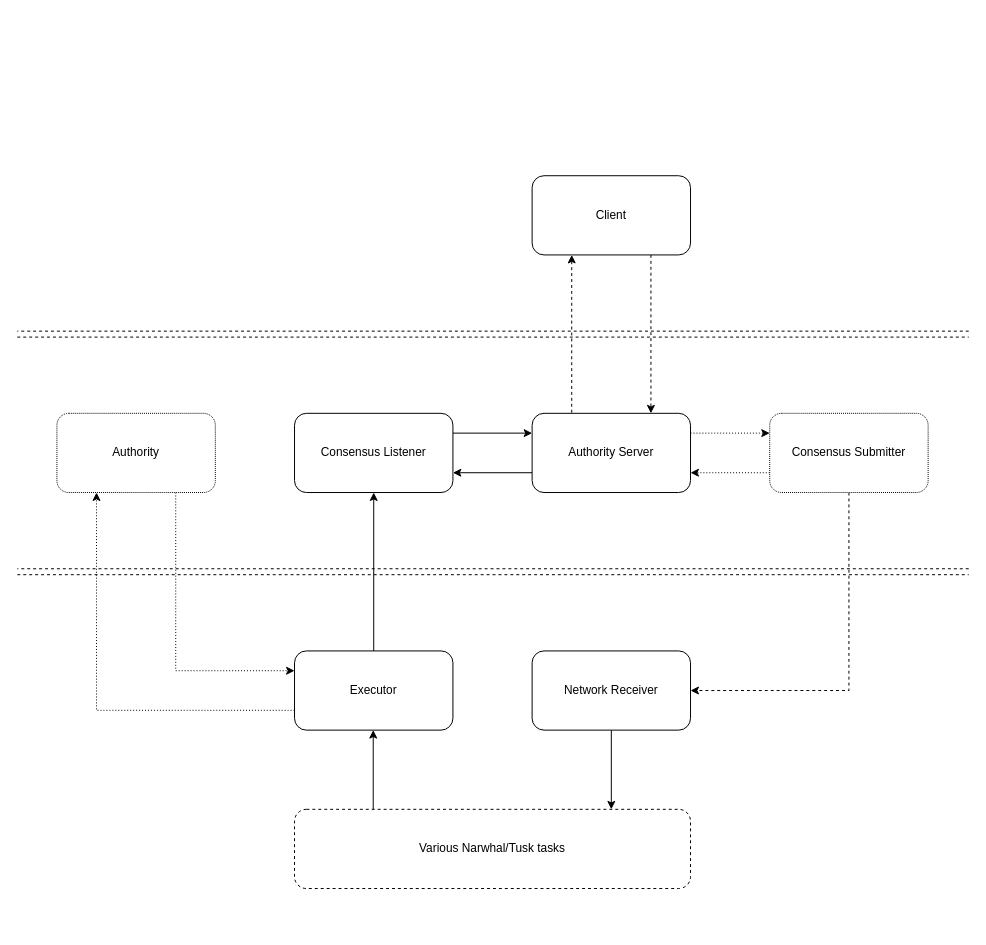
Before: sui-narwhal.drawio in asonnino/various-diagrams, a draw.io diagram. Source tidied: cells renumbered, new cells numbered last; positions are measured from the earlier drawing's top-left corner, leaving out a move shared by most shapes. Both pictures are drawn from the tidied source at 99%, with x=0, y=0 at pixel (17, 175).
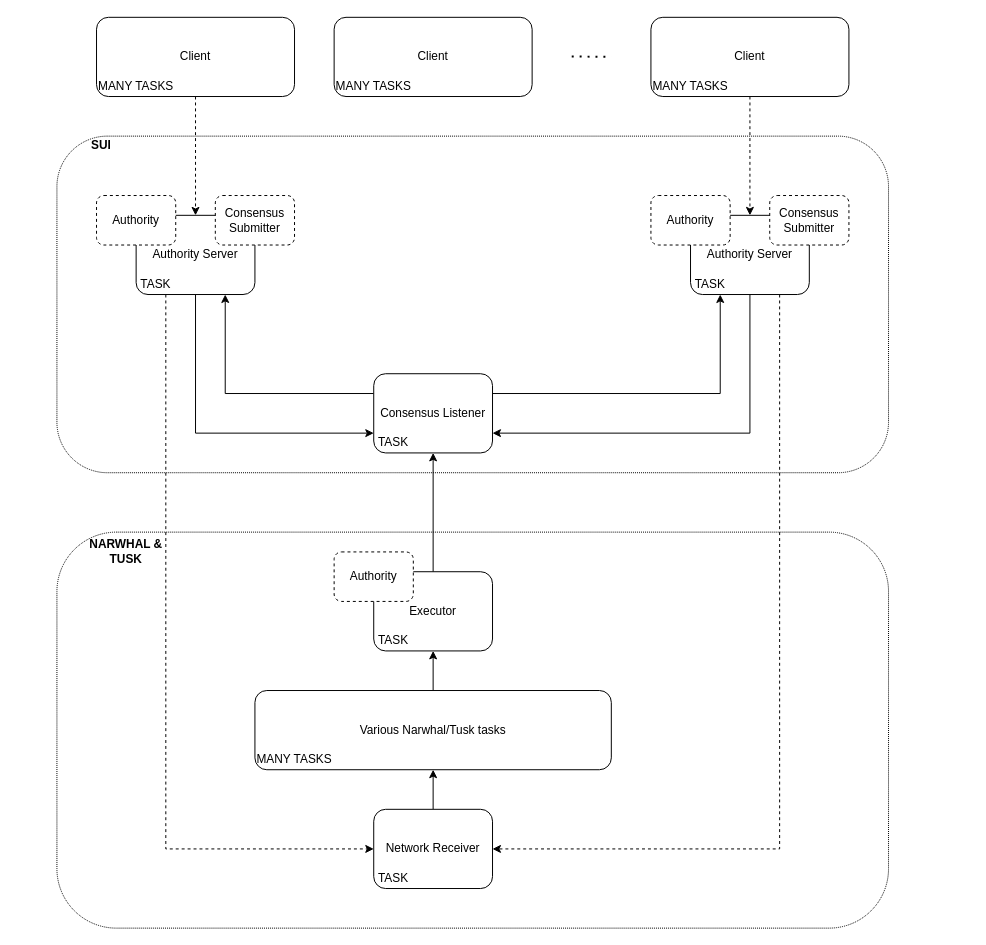
The same page after the edit.

Change to the diagram source:
```diff
@@
+    <mxCell id="24" style="rounded=1;whiteSpace=wrap;html=1;gradientColor=#ffffff;fillColor=none;dashed=1;dashPattern=1 1;" parent="1" vertex="1">
+      <mxGeometry x="40" y="-40" width="840" height="340" as="geometry" />
+    </mxCell>
+    <mxCell id="25" style="rounded=1;whiteSpace=wrap;html=1;gradientColor=#ffffff;fillColor=none;dashed=1;dashPattern=1 1;" parent="1" vertex="1">
+      <mxGeometry x="40" y="360" width="840" height="400" as="geometry" />
+    </mxCell>
+    <mxCell id="26" style="edgeStyle=orthogonalEdgeStyle;rounded=0;jettySize=auto;html=1;dashed=1;startArrow=none;startFill=0;endArrow=classic;endFill=1;" parent="1" edge="1" source="27" target="30">
+      <mxGeometry relative="1" as="geometry" />
+    </mxCell>
+    <mxCell id="27" value="Client" style="rounded=1;whiteSpace=wrap;html=1;" parent="1" vertex="1">
+      <mxGeometry x="80" y="-160" width="200" height="80" as="geometry" />
+    </mxCell>
+    <mxCell id="28" style="edgeStyle=orthogonalEdgeStyle;rounded=0;jettySize=auto;html=1;entryX=0;entryY=0.75;entryDx=0;entryDy=0;startArrow=none;startFill=0;endArrow=classic;endFill=1;exitX=0.5;exitY=1;exitDx=0;exitDy=0;" parent="1" edge="1" source="30" target="2">
+      <mxGeometry relative="1" as="geometry">
+        <Array as="points">
+          <mxPoint x="180" y="260" />
+        </Array>
+      </mxGeometry>
+    </mxCell>
+    <mxCell id="29" style="edgeStyle=orthogonalEdgeStyle;rounded=0;jettySize=auto;html=1;exitX=0.25;exitY=1;exitDx=0;exitDy=0;startArrow=none;startFill=0;endArrow=classic;endFill=1;entryX=0;entryY=0.5;entryDx=0;entryDy=0;dashed=1;" parent="1" edge="1" source="30" target="9">
+      <mxGeometry relative="1" as="geometry" />
+    </mxCell>
+    <mxCell id="30" value="Authority Server" style="rounded=1;whiteSpace=wrap;html=1;gradientColor=#ffffff;" parent="1" vertex="1">
+      <mxGeometry x="120" y="40" width="120" height="80" as="geometry" />
+    </mxCell>
+    <mxCell id="31" value="Authority" style="rounded=1;whiteSpace=wrap;html=1;dashed=1;" parent="1" vertex="1">
+      <mxGeometry x="80" y="20" width="80" height="50" as="geometry" />
+    </mxCell>
+    <mxCell id="32" value="Consensus Submitter" style="rounded=1;whiteSpace=wrap;html=1;dashed=1;" parent="1" vertex="1">
+      <mxGeometry x="200" y="20" width="80" height="50" as="geometry" />
+    </mxCell>
+    <mxCell id="33" value="Client" style="rounded=1;whiteSpace=wrap;html=1;" parent="1" vertex="1">
+      <mxGeometry x="320" y="-160" width="200" height="80" as="geometry" />
+    </mxCell>
+    <mxCell id="34" style="edgeStyle=orthogonalEdgeStyle;rounded=0;jettySize=auto;html=1;entryX=0.5;entryY=0;entryDx=0;entryDy=0;dashed=1;startArrow=none;startFill=0;endArrow=classic;endFill=1;" parent="1" edge="1" source="35" target="38">
+      <mxGeometry relative="1" as="geometry" />
+    </mxCell>
+    <mxCell id="35" value="Client" style="rounded=1;whiteSpace=wrap;html=1;" parent="1" vertex="1">
+      <mxGeometry x="640" y="-160" width="200" height="80" as="geometry" />
+    </mxCell>
+    <mxCell id="36" style="edgeStyle=orthogonalEdgeStyle;rounded=0;jettySize=auto;html=1;entryX=1;entryY=0.75;entryDx=0;entryDy=0;startArrow=none;startFill=0;endArrow=classic;endFill=1;exitX=0.5;exitY=1;exitDx=0;exitDy=0;" parent="1" edge="1" source="38" target="2">
+      <mxGeometry relative="1" as="geometry">
+        <Array as="points">
+          <mxPoint x="740" y="260" />
+        </Array>
+      </mxGeometry>
+    </mxCell>
+    <mxCell id="37" style="edgeStyle=orthogonalEdgeStyle;rounded=0;jettySize=auto;html=1;entryX=1;entryY=0.5;entryDx=0;entryDy=0;startArrow=none;startFill=0;endArrow=classic;endFill=1;exitX=0.75;exitY=1;exitDx=0;exitDy=0;dashed=1;" parent="1" edge="1" source="38" target="9">
+      <mxGeometry relative="1" as="geometry">
+        <Array as="points">
+          <mxPoint x="770" y="680" />
+        </Array>
+      </mxGeometry>
+    </mxCell>
+    <mxCell id="38" value="Authority Server" style="rounded=1;whiteSpace=wrap;html=1;gradientColor=#ffffff;" parent="1" vertex="1">
+      <mxGeometry x="680" y="40" width="120" height="80" as="geometry" />
+    </mxCell>
+    <mxCell id="39" value="Authority" style="rounded=1;whiteSpace=wrap;html=1;dashed=1;" parent="1" vertex="1">
+      <mxGeometry x="640" y="20" width="80" height="50" as="geometry" />
+    </mxCell>
+    <mxCell id="40" value="Consensus Submitter" style="rounded=1;whiteSpace=wrap;html=1;dashed=1;" parent="1" vertex="1">
+      <mxGeometry x="760" y="20" width="80" height="50" as="geometry" />
+    </mxCell>
+    <mxCell id="41" style="endArrow=none;dashed=1;html=1;dashPattern=1 3;strokeWidth=2;rounded=0;" parent="1" edge="1">
+      <mxGeometry relative="1" as="geometry">
+        <mxPoint x="560" y="-120.5" as="sourcePoint" />
+        <mxPoint x="600" y="-120" as="targetPoint" />
+      </mxGeometry>
+    </mxCell>
+    <mxCell id="42" style="edgeStyle=orthogonalEdgeStyle;rounded=0;jettySize=auto;html=1;exitX=0;exitY=0.25;exitDx=0;exitDy=0;entryX=0.75;entryY=1;entryDx=0;entryDy=0;startArrow=none;startFill=0;endArrow=classic;endFill=1;" parent="1" edge="1" source="2" target="30">
+      <mxGeometry relative="1" as="geometry" />
+    </mxCell>
+    <mxCell id="43" style="edgeStyle=orthogonalEdgeStyle;rounded=0;jettySize=auto;html=1;exitX=1;exitY=0.25;exitDx=0;exitDy=0;entryX=0.25;entryY=1;entryDx=0;entryDy=0;startArrow=none;startFill=0;endArrow=classic;endFill=1;" parent="1" edge="1" source="2" target="38">
+      <mxGeometry relative="1" as="geometry" />
+    </mxCell>
-    <mxCell id="2" value="Consensus Listener" style="rounded=1;whiteSpace=wrap;html=1;" parent="1" vertex="1">
-      <mxGeometry x="280" y="240" width="160" height="80" as="geometry" />
+    <mxCell id="2" value="Consensus Listener" style="rounded=1;whiteSpace=wrap;html=1;gradientColor=#ffffff;" parent="1" vertex="1">
+      <mxGeometry x="360" y="200" width="120" height="80" as="geometry" />
     </mxCell>
-    <mxCell id="3" style="edgeStyle=orthogonalEdgeStyle;rounded=0;jettySize=auto;html=1;entryX=1;entryY=0.5;entryDx=0;entryDy=0;dashed=1;exitX=0.5;exitY=1;exitDx=0;exitDy=0;" parent="1" edge="1" source="21" target="9">
-      <mxGeometry relative="1" as="geometry" />
-    </mxCell>
-    <mxCell id="4" style="edgeStyle=orthogonalEdgeStyle;rounded=0;jettySize=auto;html=1;exitX=0;exitY=0.25;exitDx=0;exitDy=0;entryX=1;entryY=0.25;entryDx=0;entryDy=0;startArrow=classic;startFill=1;endArrow=none;endFill=0;" parent="1" edge="1" source="7" target="2">
-      <mxGeometry relative="1" as="geometry" />
-    </mxCell>
-    <mxCell id="5" style="edgeStyle=orthogonalEdgeStyle;rounded=0;jettySize=auto;html=1;exitX=0;exitY=0.75;exitDx=0;exitDy=0;entryX=1;entryY=0.75;entryDx=0;entryDy=0;startArrow=none;startFill=0;endArrow=classic;endFill=1;" parent="1" edge="1" source="7" target="2">
-      <mxGeometry relative="1" as="geometry" />
-    </mxCell>
-    <mxCell id="6" style="edgeStyle=orthogonalEdgeStyle;rounded=0;jettySize=auto;html=1;exitX=1;exitY=0.25;exitDx=0;exitDy=0;entryX=0;entryY=0.25;entryDx=0;entryDy=0;dashed=1;dashPattern=1 2;startArrow=none;startFill=0;endArrow=classic;endFill=1;" parent="1" edge="1" source="7" target="21">
-      <mxGeometry relative="1" as="geometry" />
-    </mxCell>
-    <mxCell id="7" value="Authority Server" style="rounded=1;whiteSpace=wrap;html=1;" parent="1" vertex="1">
-      <mxGeometry x="520" y="240" width="160" height="80" as="geometry" />
-    </mxCell>
-    <mxCell id="8" style="edgeStyle=orthogonalEdgeStyle;rounded=0;jettySize=auto;html=1;entryX=0.8;entryY=0;entryDx=0;entryDy=0;entryPerimeter=0;startArrow=none;startFill=0;endArrow=classic;endFill=1;" parent="1" edge="1" source="9" target="16">
+    <mxCell id="8" style="edgeStyle=orthogonalEdgeStyle;rounded=0;jettySize=auto;html=1;entryX=0.5;entryY=1;entryDx=0;entryDy=0;startArrow=none;startFill=0;endArrow=classic;endFill=1;" parent="1" edge="1" source="9" target="16">
       <mxGeometry relative="1" as="geometry" />
     </mxCell>
     <mxCell id="9" value="Network Receiver" style="rounded=1;whiteSpace=wrap;html=1;" parent="1" vertex="1">
-      <mxGeometry x="520" y="480" width="160" height="80" as="geometry" />
+      <mxGeometry x="360" y="640" width="120" height="80" as="geometry" />
     </mxCell>
-    <mxCell id="10" style="edgeStyle=orthogonalEdgeStyle;rounded=0;jettySize=auto;html=1;exitX=0.75;exitY=1;exitDx=0;exitDy=0;entryX=0.75;entryY=0;entryDx=0;entryDy=0;startArrow=none;startFill=0;endArrow=classic;endFill=1;dashed=1;" parent="1" edge="1" source="12" target="7">
-      <mxGeometry relative="1" as="geometry" />
-    </mxCell>
-    <mxCell id="11" style="edgeStyle=orthogonalEdgeStyle;rounded=0;jettySize=auto;html=1;exitX=0.25;exitY=1;exitDx=0;exitDy=0;entryX=0.25;entryY=0;entryDx=0;entryDy=0;startArrow=classic;startFill=1;endArrow=none;endFill=0;dashed=1;" parent="1" edge="1" source="12" target="7">
-      <mxGeometry relative="1" as="geometry" />
-    </mxCell>
-    <mxCell id="12" value="Client" style="rounded=1;whiteSpace=wrap;html=1;" parent="1" vertex="1">
-      <mxGeometry x="520" width="160" height="80" as="geometry" />
-    </mxCell>
@@
-    <mxCell id="14" style="edgeStyle=orthogonalEdgeStyle;rounded=0;jettySize=auto;html=1;exitX=0;exitY=0.75;exitDx=0;exitDy=0;entryX=0.25;entryY=1;entryDx=0;entryDy=0;dashed=1;startArrow=none;startFill=0;endArrow=classic;endFill=1;dashPattern=1 2;" parent="1" edge="1" source="15" target="19">
-      <mxGeometry relative="1" as="geometry" />
-    </mxCell>
     <mxCell id="15" value="Executor" style="rounded=1;whiteSpace=wrap;html=1;" parent="1" vertex="1">
-      <mxGeometry x="280" y="480" width="160" height="80" as="geometry" />
+      <mxGeometry x="360" y="400" width="120" height="80" as="geometry" />
     </mxCell>
+    <mxCell id="44" style="edgeStyle=orthogonalEdgeStyle;rounded=0;jettySize=auto;html=1;entryX=0.5;entryY=1;entryDx=0;entryDy=0;startArrow=none;startFill=0;endArrow=classic;endFill=1;" parent="1" edge="1" source="16" target="15">
+      <mxGeometry relative="1" as="geometry" />
+    </mxCell>
-    <mxCell id="16" value="Various Narwhal/Tusk tasks" style="rounded=1;whiteSpace=wrap;html=1;dashed=1;" parent="1" vertex="1">
-      <mxGeometry x="280" y="640" width="400" height="80" as="geometry" />
+    <mxCell id="16" value="Various Narwhal/Tusk tasks" style="rounded=1;whiteSpace=wrap;html=1;" parent="1" vertex="1">
+      <mxGeometry x="240" y="520" width="360" height="80" as="geometry" />
     </mxCell>
-    <mxCell id="17" style="edgeStyle=orthogonalEdgeStyle;rounded=0;orthogonalLoop=1;jettySize=auto;html=1;entryX=0.8;entryY=0;entryDx=0;entryDy=0;entryPerimeter=0;startArrow=classic;startFill=1;endArrow=none;endFill=0;" parent="1" edge="1">
-      <mxGeometry relative="1" as="geometry">
-        <mxPoint x="359.5" y="560" as="sourcePoint" />
-        <mxPoint x="359.5" y="640" as="targetPoint" />
-      </mxGeometry>
-    </mxCell>
-    <mxCell id="18" style="edgeStyle=orthogonalEdgeStyle;rounded=0;jettySize=auto;html=1;exitX=0.75;exitY=1;exitDx=0;exitDy=0;entryX=0;entryY=0.25;entryDx=0;entryDy=0;dashed=1;dashPattern=1 2;startArrow=none;startFill=0;endArrow=classic;endFill=1;" parent="1" edge="1" source="19" target="15">
-      <mxGeometry relative="1" as="geometry" />
-    </mxCell>
-    <mxCell id="19" value="Authority" style="rounded=1;whiteSpace=wrap;html=1;dashed=1;dashPattern=1 1;" parent="1" vertex="1">
-      <mxGeometry x="40" y="240" width="160" height="80" as="geometry" />
-    </mxCell>
-    <mxCell id="20" style="edgeStyle=orthogonalEdgeStyle;rounded=0;jettySize=auto;html=1;exitX=0;exitY=0.75;exitDx=0;exitDy=0;entryX=1;entryY=0.75;entryDx=0;entryDy=0;dashed=1;dashPattern=1 2;startArrow=none;startFill=0;endArrow=classic;endFill=1;" parent="1" edge="1" source="21" target="7">
-      <mxGeometry relative="1" as="geometry" />
-    </mxCell>
-    <mxCell id="21" value="Consensus Submitter" style="rounded=1;whiteSpace=wrap;html=1;dashed=1;dashPattern=1 1;" parent="1" vertex="1">
-      <mxGeometry x="760" y="240" width="160" height="80" as="geometry" />
-    </mxCell>
-    <mxCell id="22" style="shape=link;html=1;rounded=0;startArrow=none;startFill=0;endArrow=classic;endFill=1;width=-6;dashed=1;" parent="1" edge="1">
-      <mxGeometry relative="1" as="geometry">
-        <mxPoint y="400" as="sourcePoint" />
-        <mxPoint x="961" y="400" as="targetPoint" />
-      </mxGeometry>
-    </mxCell>
-    <mxCell id="23" style="shape=link;html=1;rounded=0;startArrow=none;startFill=0;endArrow=classic;endFill=1;width=-6;dashed=1;" parent="1" edge="1">
-      <mxGeometry relative="1" as="geometry">
-        <mxPoint y="160" as="sourcePoint" />
-        <mxPoint x="961" y="160" as="targetPoint" />
-      </mxGeometry>
-    </mxCell>
+    <mxCell id="45" value="TASK" style="text;html=1;strokeColor=none;fillColor=none;align=center;verticalAlign=middle;whiteSpace=wrap;rounded=0;dashed=1;dashPattern=1 1;" parent="1" vertex="1">
+      <mxGeometry x="360" y="700" width="40" height="20" as="geometry" />
+    </mxCell>
+    <mxCell id="46" value="TASK" style="text;html=1;strokeColor=none;fillColor=none;align=center;verticalAlign=middle;whiteSpace=wrap;rounded=0;dashed=1;dashPattern=1 1;" parent="1" vertex="1">
+      <mxGeometry x="360" y="460" width="40" height="20" as="geometry" />
+    </mxCell>
+    <mxCell id="47" value="TASK" style="text;html=1;strokeColor=none;fillColor=none;align=center;verticalAlign=middle;whiteSpace=wrap;rounded=0;dashed=1;dashPattern=1 1;" parent="1" vertex="1">
+      <mxGeometry x="120" y="100" width="40" height="20" as="geometry" />
+    </mxCell>
+    <mxCell id="48" value="TASK" style="text;html=1;strokeColor=none;fillColor=none;align=center;verticalAlign=middle;whiteSpace=wrap;rounded=0;dashed=1;dashPattern=1 1;" parent="1" vertex="1">
+      <mxGeometry x="360" y="260" width="40" height="20" as="geometry" />
+    </mxCell>
+    <mxCell id="49" value="TASK" style="text;html=1;strokeColor=none;fillColor=none;align=center;verticalAlign=middle;whiteSpace=wrap;rounded=0;dashed=1;dashPattern=1 1;" parent="1" vertex="1">
+      <mxGeometry x="680" y="100" width="40" height="20" as="geometry" />
+    </mxCell>
+    <mxCell id="50" value="Authority" style="rounded=1;whiteSpace=wrap;html=1;dashed=1;" parent="1" vertex="1">
+      <mxGeometry x="320" y="380" width="80" height="50" as="geometry" />
+    </mxCell>
+    <mxCell id="51" value="MANY TASKS" style="text;html=1;strokeColor=none;fillColor=none;align=center;verticalAlign=middle;whiteSpace=wrap;rounded=0;dashed=1;dashPattern=1 1;" parent="1" vertex="1">
+      <mxGeometry x="240" y="580" width="80" height="20" as="geometry" />
+    </mxCell>
+    <mxCell id="52" value="MANY TASKS" style="text;html=1;strokeColor=none;fillColor=none;align=center;verticalAlign=middle;whiteSpace=wrap;rounded=0;dashed=1;dashPattern=1 1;" parent="1" vertex="1">
+      <mxGeometry x="320" y="-100" width="80" height="20" as="geometry" />
+    </mxCell>
+    <mxCell id="53" value="MANY TASKS" style="text;html=1;strokeColor=none;fillColor=none;align=center;verticalAlign=middle;whiteSpace=wrap;rounded=0;dashed=1;dashPattern=1 1;" parent="1" vertex="1">
+      <mxGeometry x="80" y="-100" width="80" height="20" as="geometry" />
+    </mxCell>
+    <mxCell id="54" value="MANY TASKS" style="text;html=1;strokeColor=none;fillColor=none;align=center;verticalAlign=middle;whiteSpace=wrap;rounded=0;dashed=1;dashPattern=1 1;" parent="1" vertex="1">
+      <mxGeometry x="640" y="-100" width="80" height="20" as="geometry" />
+    </mxCell>
+    <mxCell id="55" value="&lt;b&gt;SUI&lt;/b&gt;" style="text;html=1;strokeColor=none;fillColor=none;align=center;verticalAlign=middle;whiteSpace=wrap;rounded=0;dashed=1;dashPattern=1 1;" parent="1" vertex="1">
+      <mxGeometry x="70" y="-40" width="30" height="20" as="geometry" />
+    </mxCell>
+    <mxCell id="56" value="&lt;b&gt;NARWHAL &amp;amp; TUSK&lt;/b&gt;" style="text;html=1;strokeColor=none;fillColor=none;align=center;verticalAlign=middle;whiteSpace=wrap;rounded=0;dashed=1;dashPattern=1 1;" parent="1" vertex="1">
+      <mxGeometry x="70" y="370" width="80" height="20" as="geometry" />
+    </mxCell>
```
